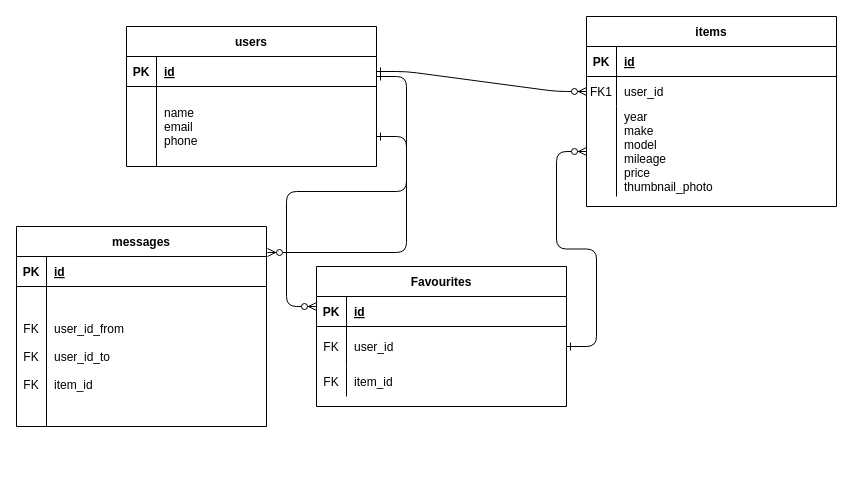
Earlier version of the draw.io diagram Untitled Diagram.drawio (curtiskelowna/git-mania). Source tidied: cells renumbered, new cells numbered last; positions are measured from the earlier drawing's top-left corner, leaving out a move shared by most shapes. Both pictures are drawn from the tidied source at 100%, with x=0, y=0 at pixel (16, 16).
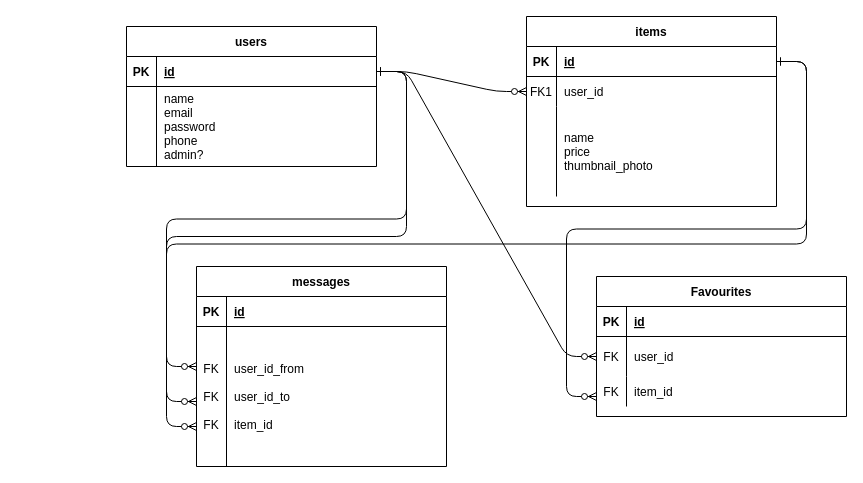
Above is the later version.

Commit message:
Kool Karz ERD.drawio

Unchanged cells that the change refers to:
```xml
<mxCell id="5" style="shape=partialRectangle;fillColor=none;points=[[0,0.5],[1,0.5]];portConstraint=eastwest;top=0;left=0;right=0;bottom=1;" parent="4" vertex="1">
  <mxGeometry y="30" width="250" height="30" as="geometry" />
</mxCell>
<mxCell id="11" style="shape=partialRectangle;fillColor=none;points=[[0,0.5],[1,0.5]];portConstraint=eastwest;top=0;left=0;right=0;bottom=0;" parent="4" vertex="1">
  <mxGeometry y="90" width="250" height="90" as="geometry" />
</mxCell>
<mxCell id="18" style="shape=partialRectangle;fillColor=none;points=[[0,0.5],[1,0.5]];portConstraint=eastwest;top=0;left=0;right=0;bottom=0;" parent="14" vertex="1">
  <mxGeometry y="60" width="250" height="40" as="geometry" />
</mxCell>
<mxCell id="25" style="shape=partialRectangle;fillColor=none;points=[[0,0.5],[1,0.5]];portConstraint=eastwest;top=0;left=0;right=0;bottom=1;" parent="24" vertex="1">
  <mxGeometry y="30" width="250" height="30" as="geometry" />
</mxCell>
<mxCell id="28" style="shape=partialRectangle;fillColor=none;top=0;left=0;right=0;bottom=0;" parent="24" vertex="1">
  <mxGeometry y="60" width="250" height="80" as="geometry" />
</mxCell>
```

What changed in the source:
```diff
@@
-    <mxCell id="3" style="edgeStyle=entityRelationEdgeStyle;endArrow=ERzeroToMany;startArrow=ERone;endFill=1;startFill=0;" parent="1" edge="1">
+    <mxCell id="3" style="edgeStyle=entityRelationEdgeStyle;endArrow=ERzeroToMany;startArrow=ERone;endFill=1;startFill=0;exitX=1;exitY=0.5;exitDx=0;exitDy=0;" parent="1" edge="1" source="25">
       <mxGeometry relative="1" as="geometry">
-        <mxPoint x="360" y="60" as="sourcePoint" />
-        <mxPoint x="300" y="290" as="targetPoint" />
+        <mxPoint x="180" y="350" as="targetPoint" />
+        <Array as="points">
+          <mxPoint x="330" y="190" />
+          <mxPoint x="180" y="230" />
+        </Array>
       </mxGeometry>
     </mxCell>
     <mxCell id="4" value="items" style="shape=table;startSize=30;childLayout=tableLayout;rowLines=0;fontStyle=1;align=center;" parent="1" vertex="1">
-      <mxGeometry x="570" width="250" height="190" as="geometry" />
+      <mxGeometry x="510" width="250" height="190" as="geometry" />
     </mxCell>
@@
-    <mxCell id="13" value="year&#10;make&#10;model&#10;mileage&#10;price&#10;thumbnail_photo" style="shape=partialRectangle;overflow=hidden;fillColor=none;top=0;left=0;bottom=0;right=0;align=left;spacingLeft=6;" parent="11" vertex="1">
+    <mxCell id="13" value="name&#10;price&#10;thumbnail_photo" style="shape=partialRectangle;overflow=hidden;fillColor=none;top=0;left=0;bottom=0;right=0;align=left;spacingLeft=6;" parent="11" vertex="1">
       <mxGeometry x="30" width="220" height="90" as="geometry" />
     </mxCell>
     <mxCell id="14" value="Favourites" style="shape=table;startSize=30;childLayout=tableLayout;rowLines=0;fontStyle=1;align=center;" parent="1" vertex="1">
-      <mxGeometry x="300" y="250" width="250" height="140" as="geometry" />
+      <mxGeometry x="580" y="260" width="250" height="140" as="geometry" />
     </mxCell>
@@
-    <mxCell id="30" value="name&#10;email&#10;phone" style="shape=partialRectangle;overflow=hidden;fillColor=none;top=0;left=0;bottom=0;right=0;align=left;spacingLeft=6;" parent="28" vertex="1">
+    <mxCell id="30" value="name&#10;email&#10;password&#10;phone&#10;admin?" style="shape=partialRectangle;overflow=hidden;fillColor=none;top=0;left=0;bottom=0;right=0;align=left;spacingLeft=6;" parent="28" vertex="1">
       <mxGeometry x="30" width="220" height="80" as="geometry" />
     </mxCell>
-    <mxCell id="31" style="edgeStyle=entityRelationEdgeStyle;endArrow=ERzeroToMany;startArrow=ERone;endFill=1;startFill=0;exitX=1;exitY=0.5;exitDx=0;exitDy=0;" parent="1" edge="1" source="18" target="11">
+    <mxCell id="31" style="edgeStyle=entityRelationEdgeStyle;endArrow=ERzeroToMany;startArrow=ERone;endFill=1;startFill=0;exitX=1;exitY=0.5;exitDx=0;exitDy=0;entryX=0;entryY=0.5;entryDx=0;entryDy=0;" parent="1" edge="1" source="25" target="18">
       <mxGeometry relative="1" as="geometry">
         <Array as="points">
           <mxPoint x="905" y="420" />
           <mxPoint x="905" y="340" />
+          <mxPoint x="550" y="340" />
           <mxPoint x="885" y="330" />
           <mxPoint x="875" y="290" />
           <mxPoint x="895" y="190" />
         </Array>
       </mxGeometry>
     </mxCell>
     <mxCell id="32" value="messages" style="shape=table;startSize=30;childLayout=tableLayout;rowLines=0;fontStyle=1;align=center;" parent="1" vertex="1">
-      <mxGeometry y="210" width="250" height="200" as="geometry" />
+      <mxGeometry x="180" y="250" width="250" height="200" as="geometry" />
     </mxCell>
@@
-    <mxCell id="39" style="edgeStyle=entityRelationEdgeStyle;endArrow=ERzeroToMany;startArrow=ERone;endFill=1;startFill=0;entryX=1.004;entryY=0.13;entryDx=0;entryDy=0;entryPerimeter=0;" parent="1" edge="1" target="32">
+    <mxCell id="39" style="edgeStyle=entityRelationEdgeStyle;endArrow=ERzeroToMany;startArrow=ERone;endFill=1;startFill=0;" parent="1" edge="1" source="5">
       <mxGeometry relative="1" as="geometry">
-        <mxPoint x="360" y="120" as="sourcePoint" />
+        <mxPoint x="580" y="380" as="targetPoint" />
         <Array as="points">
-          <mxPoint x="190" y="100" />
-          <mxPoint x="420" y="180" />
-          <mxPoint x="410" y="180" />
-          <mxPoint x="140" y="135" />
+          <mxPoint x="540" y="30" />
+          <mxPoint x="210" y="100" />
+          <mxPoint x="440" y="180" />
+          <mxPoint x="430" y="180" />
+          <mxPoint x="160" y="135" />
         </Array>
       </mxGeometry>
     </mxCell>
+    <mxCell id="40" style="edgeStyle=entityRelationEdgeStyle;endArrow=ERzeroToMany;startArrow=ERone;endFill=1;startFill=0;exitX=1;exitY=0.5;exitDx=0;exitDy=0;" parent="1" edge="1" source="25">
+      <mxGeometry relative="1" as="geometry">
+        <mxPoint x="180" y="385" as="targetPoint" />
+        <Array as="points">
+          <mxPoint x="330" y="225" />
+          <mxPoint x="180" y="265" />
+        </Array>
+      </mxGeometry>
+    </mxCell>
+    <mxCell id="41" style="edgeStyle=entityRelationEdgeStyle;endArrow=ERzeroToMany;startArrow=ERone;endFill=1;startFill=0;exitX=1;exitY=0.5;exitDx=0;exitDy=0;" parent="1" edge="1" source="5">
+      <mxGeometry relative="1" as="geometry">
+        <mxPoint x="180" y="410" as="targetPoint" />
+        <Array as="points">
+          <mxPoint x="550" y="40" />
+          <mxPoint x="220" y="110" />
+          <mxPoint x="450" y="190" />
+          <mxPoint x="440" y="190" />
+          <mxPoint x="170" y="145" />
+        </Array>
+      </mxGeometry>
+    </mxCell>
```
